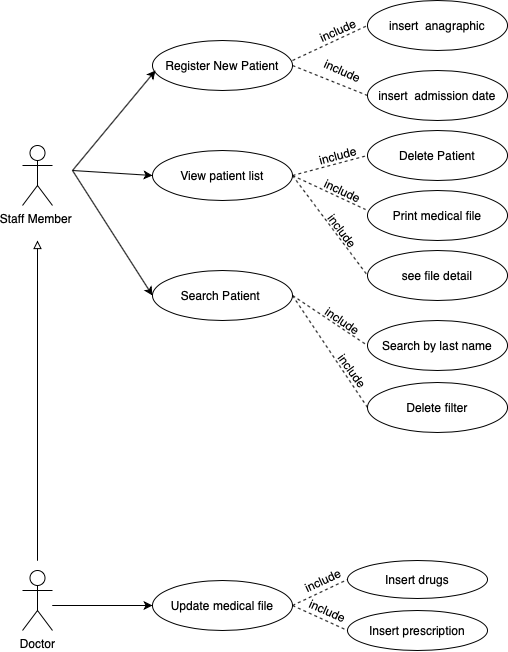
Before: Design/use_case.png, a diagram exported from draw.io (bianchimichele/Progetto_Ing_sw_Bianchi_Michele). Source tidied: cells renumbered, new cells last; positions are measured from the earlier drawing's top-left corner, leaving out a move shared by most shapes.
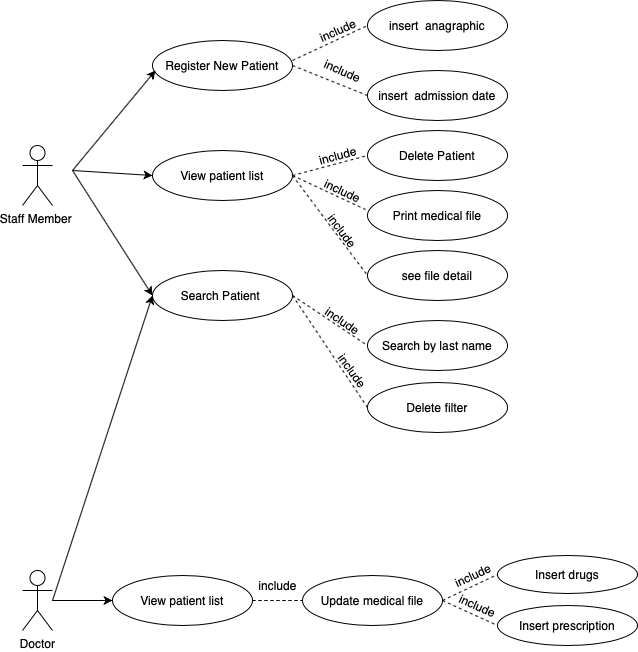
After the commit.

The edit, as a diff of the source:
```diff
@@ -2,12 +2,6 @@
   <root>
     <mxCell id="0" />
     <mxCell id="1" parent="0" />
-    <mxCell id="2" style="edgeStyle=orthogonalEdgeStyle;rounded=0;orthogonalLoop=1;jettySize=auto;html=1;endArrow=block;endFill=0;" parent="1" edge="1">
-      <mxGeometry relative="1" as="geometry">
-        <mxPoint x="15" y="560" as="sourcePoint" />
-        <mxPoint x="15" y="240" as="targetPoint" />
-      </mxGeometry>
-    </mxCell>
     <mxCell id="3" value="Doctor&lt;br&gt;" style="shape=umlActor;verticalLabelPosition=bottom;verticalAlign=top;html=1;" parent="1" vertex="1">
       <mxGeometry y="570" width="30" height="60" as="geometry" />
     </mxCell>
@@ -24,7 +18,7 @@
       <mxGeometry x="345" y="190" width="140" height="50" as="geometry" />
     </mxCell>
     <mxCell id="8" value="Update medical file" style="ellipse;whiteSpace=wrap;html=1;" parent="1" vertex="1">
-      <mxGeometry x="130" y="580" width="140" height="50" as="geometry" />
+      <mxGeometry x="280" y="575" width="140" height="50" as="geometry" />
     </mxCell>
     <mxCell id="9" value="Search Patient&amp;nbsp;" style="ellipse;whiteSpace=wrap;html=1;" parent="1" vertex="1">
       <mxGeometry x="130" y="270" width="140" height="50" as="geometry" />
@@ -87,10 +81,10 @@
       <mxGeometry relative="1" as="geometry" />
     </mxCell>
     <mxCell id="26" value="Insert drugs" style="ellipse;whiteSpace=wrap;html=1;" parent="1" vertex="1">
-      <mxGeometry x="325" y="560" width="140" height="38" as="geometry" />
+      <mxGeometry x="475" y="555" width="140" height="38" as="geometry" />
     </mxCell>
     <mxCell id="27" value="Insert prescription" style="ellipse;whiteSpace=wrap;html=1;" parent="1" vertex="1">
-      <mxGeometry x="325" y="610" width="140" height="40" as="geometry" />
+      <mxGeometry x="475" y="605" width="140" height="40" as="geometry" />
     </mxCell>
     <mxCell id="28" style="endArrow=none;dashed=1;html=1;entryX=0;entryY=0.5;entryDx=0;entryDy=0;exitX=1;exitY=0.5;exitDx=0;exitDy=0;" parent="1" edge="1" source="8" target="26">
       <mxGeometry relative="1" as="geometry" />
@@ -98,11 +92,6 @@
     <mxCell id="29" style="endArrow=none;dashed=1;html=1;entryX=0;entryY=0.5;entryDx=0;entryDy=0;exitX=1;exitY=0.5;exitDx=0;exitDy=0;" parent="1" edge="1" source="8" target="27">
       <mxGeometry relative="1" as="geometry" />
     </mxCell>
-    <mxCell id="30" style="endArrow=classic;html=1;entryX=0;entryY=0.5;entryDx=0;entryDy=0;" parent="1" edge="1" target="8">
-      <mxGeometry relative="1" as="geometry">
-        <mxPoint x="30" y="605" as="sourcePoint" />
-      </mxGeometry>
-    </mxCell>
     <mxCell id="31" value="include" style="text;html=1;align=center;verticalAlign=middle;rotation=-24;" parent="1" vertex="1">
       <mxGeometry x="290" y="20" width="50" height="20" as="geometry" />
     </mxCell>
@@ -125,10 +114,29 @@
       <mxGeometry x="305" y="360" width="50" height="20" as="geometry" />
     </mxCell>
     <mxCell id="38" value="include" style="text;html=1;align=center;verticalAlign=middle;rotation=335;" parent="1" vertex="1">
-      <mxGeometry x="275" y="570" width="50" height="20" as="geometry" />
+      <mxGeometry x="425" y="565" width="50" height="20" as="geometry" />
     </mxCell>
     <mxCell id="39" value="include" style="text;html=1;align=center;verticalAlign=middle;rotation=24;" parent="1" vertex="1">
-      <mxGeometry x="280" y="600" width="50" height="20" as="geometry" />
+      <mxGeometry x="430" y="595" width="50" height="20" as="geometry" />
     </mxCell>
+    <mxCell id="40" style="endArrow=classic;html=1;entryX=0;entryY=0.5;entryDx=0;entryDy=0;" parent="1" edge="1" target="9">
+      <mxGeometry relative="1" as="geometry">
+        <mxPoint x="30" y="600" as="sourcePoint" />
+      </mxGeometry>
+    </mxCell>
+    <mxCell id="41" value="View patient list" style="ellipse;whiteSpace=wrap;html=1;" parent="1" vertex="1">
+      <mxGeometry x="90" y="575" width="140" height="50" as="geometry" />
+    </mxCell>
+    <mxCell id="42" style="endArrow=classic;html=1;entryX=0;entryY=0.5;entryDx=0;entryDy=0;" parent="1" edge="1" target="41">
+      <mxGeometry relative="1" as="geometry">
+        <mxPoint x="30" y="600" as="sourcePoint" />
+      </mxGeometry>
+    </mxCell>
+    <mxCell id="43" style="endArrow=none;dashed=1;html=1;entryX=0;entryY=0.5;entryDx=0;entryDy=0;exitX=1;exitY=0.5;exitDx=0;exitDy=0;" parent="1" edge="1" source="41" target="8">
+      <mxGeometry relative="1" as="geometry" />
+    </mxCell>
+    <mxCell id="44" value="include" style="text;html=1;align=center;verticalAlign=middle;rotation=0;" parent="1" vertex="1">
+      <mxGeometry x="230" y="575" width="50" height="20" as="geometry" />
+    </mxCell>
   </root>
 </mxGraphModel>
```
